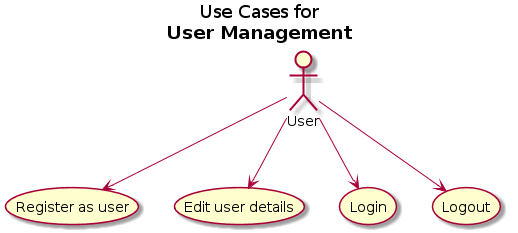
Above: images/gsoc/2012/bugpile/user-management-uml-uc.png in bzg/worg (PlantUML), before the change.
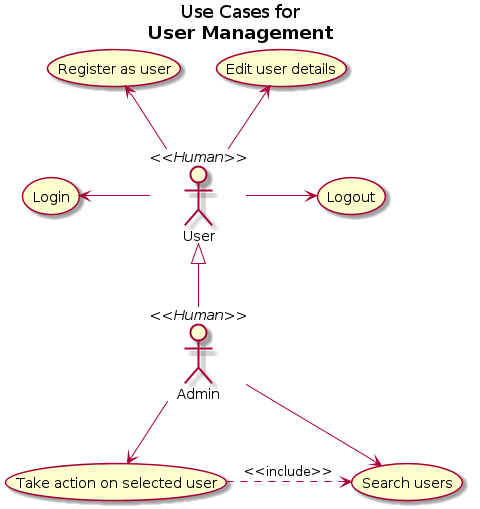
After the commit.

The edit, as a diff of the source:
```diff
@@ -1,13 +1,24 @@
 @startuml
 title Use Cases for\n<b>User Management</b>
+
+:User: <<Human>>
+:Admin: <<Human>>
+
+User <|-down- Admin
 
 usecase (Register as user) as (Reg)
 usecase (Edit user details) as (Ed)
 usecase (Login) as (In)
 usecase (Logout) as (Out)
+usecase (Search users) as (Search)
+usecase (Take action on selected user) as (Act)
 
-User --> (Reg)
-User --> (Ed)
-User --> (In)
-User --> (Out)
+(Act) .> (Search) : <<include>>
+
+Admin --> (Search)
+Admin --> (Act)
+(Reg) <--  User
+(Ed) <-- User
+(In) <- User
+User -> (Out)
 @enduml
```
